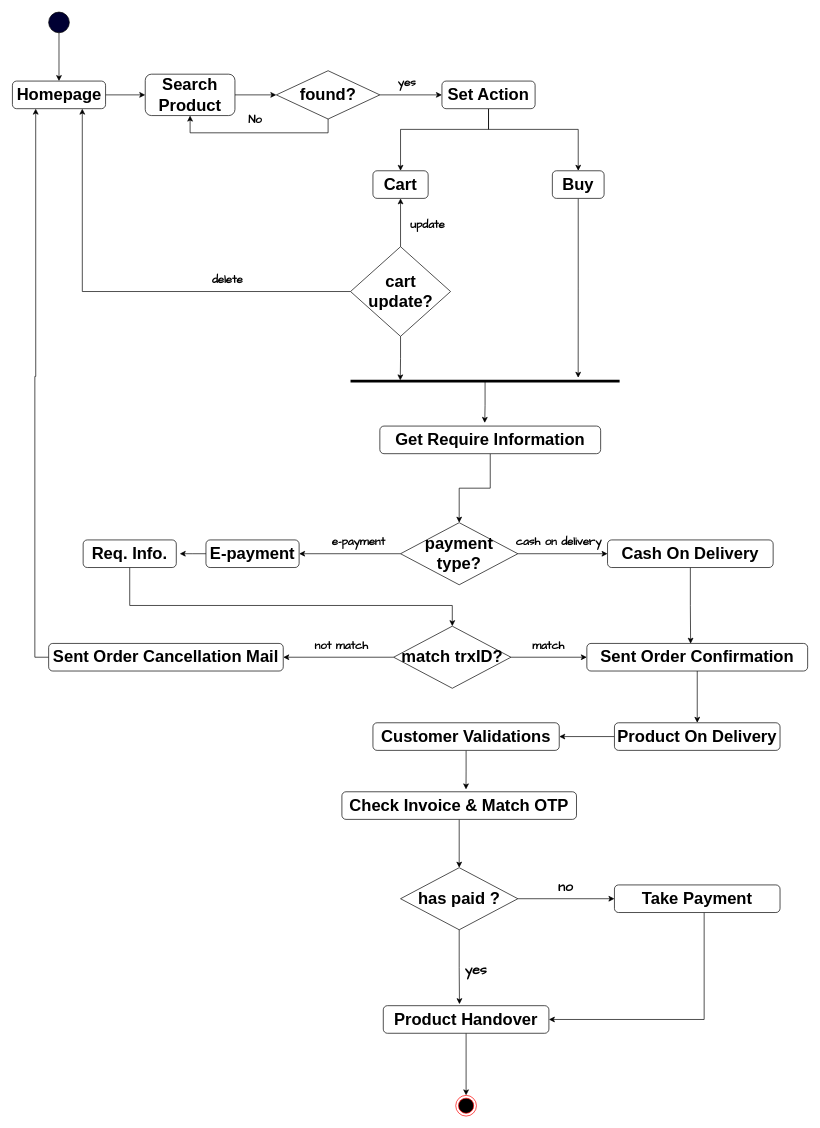
Earlier version of the draw.io diagram activity diagram customer order process.drawio (prashanta1542/default). Source tidied: cells renumbered, new cells numbered last; positions are measured from the earlier drawing's top-left corner, leaving out a move shared by most shapes. Both pictures are drawn from the tidied source at 69%, with x=0, y=0 at pixel (12, 12).
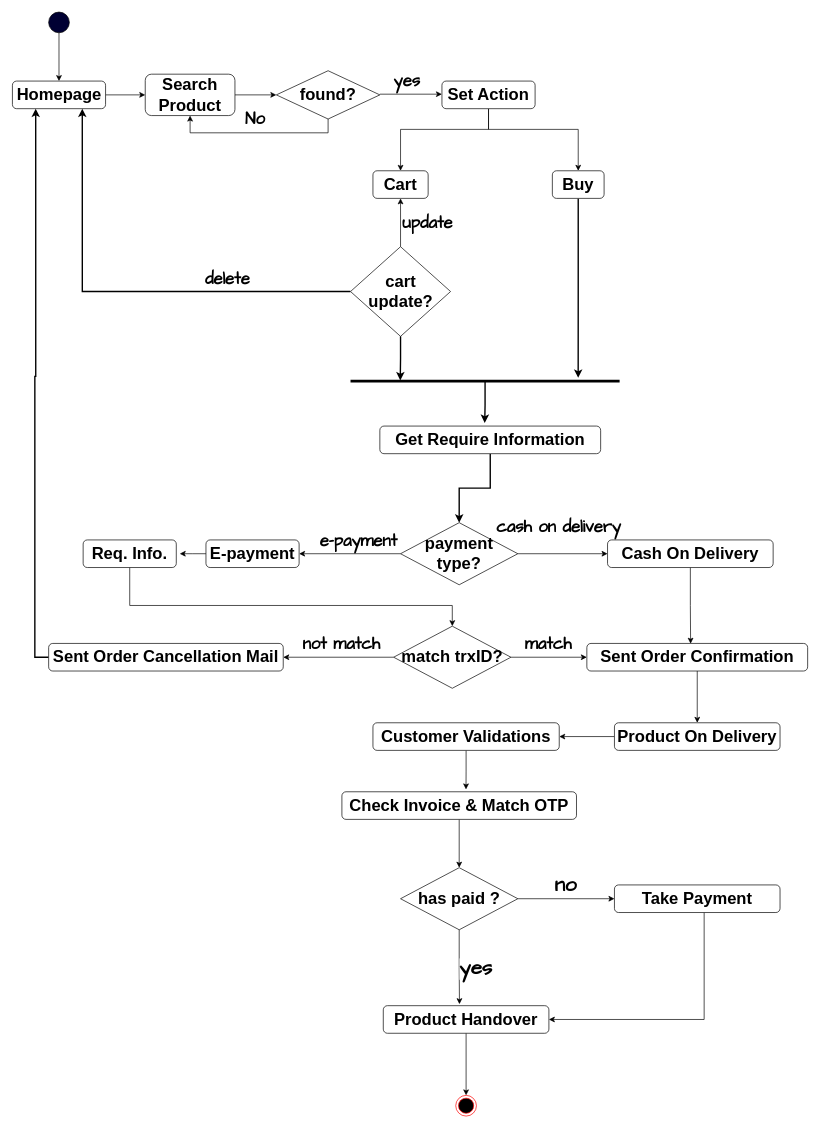
The same page after the edit.

The change refers to these unchanged cells:
```xml
<mxCell id="5" value="&lt;h1&gt;Homepage&lt;/h1&gt;" style="rounded=1;whiteSpace=wrap;html=1;" parent="1" vertex="1">
  <mxGeometry x="-0.5" y="100" width="135" height="40" as="geometry" />
</mxCell>
<mxCell id="11" value="&lt;h1&gt;found?&lt;/h1&gt;" style="rhombus;whiteSpace=wrap;html=1;" parent="1" vertex="1">
  <mxGeometry x="382" y="85" width="150" height="70" as="geometry" />
</mxCell>
<mxCell id="14" value="&lt;h1&gt;Set Action&lt;/h1&gt;" style="rounded=1;whiteSpace=wrap;html=1;" parent="1" vertex="1">
  <mxGeometry x="622" y="100" width="135" height="40" as="geometry" />
</mxCell>
<mxCell id="16" value="&lt;h1&gt;Buy&lt;/h1&gt;" style="rounded=1;whiteSpace=wrap;html=1;" parent="1" vertex="1">
  <mxGeometry x="782" y="230" width="75" height="40" as="geometry" />
</mxCell>
<mxCell id="21" value="&lt;h1&gt;cart update?&lt;/h1&gt;" style="rhombus;whiteSpace=wrap;html=1;" parent="1" vertex="1">
  <mxGeometry x="489.5" y="340" width="145" height="130" as="geometry" />
</mxCell>
<mxCell id="23" style="line;strokeWidth=4;html=1;perimeter=backbonePerimeter;points=[];outlineConnect=0;" parent="1" vertex="1">
  <mxGeometry x="489.5" y="530" width="390" height="10" as="geometry" />
</mxCell>
<mxCell id="25" value="&lt;h1&gt;Get Require Information&lt;/h1&gt;" style="rounded=1;whiteSpace=wrap;html=1;" parent="1" vertex="1">
  <mxGeometry x="532" y="600" width="320" height="40" as="geometry" />
</mxCell>
<mxCell id="28" value="&lt;h1&gt;payment type?&lt;/h1&gt;" style="rhombus;whiteSpace=wrap;html=1;" parent="1" vertex="1">
  <mxGeometry x="562" y="740" width="170" height="90" as="geometry" />
</mxCell>
<mxCell id="41" value="&lt;h1&gt;Sent Order Cancellation Mail&lt;/h1&gt;" style="rounded=1;whiteSpace=wrap;html=1;" parent="1" vertex="1">
  <mxGeometry x="52" y="915" width="340" height="40" as="geometry" />
</mxCell>
```

Diff of the diagram source:
```diff
@@
-    <mxCell id="8" style="edgeStyle=orthogonalEdgeStyle;rounded=0;jettySize=auto;html=1;entryX=0;entryY=0.5;entryDx=0;entryDy=0;" parent="1" edge="1" source="11" target="14">
-      <mxGeometry relative="1" as="geometry" />
+    <mxCell id="8" style="edgeStyle=orthogonalEdgeStyle;rounded=0;orthogonalLoop=1;jettySize=auto;html=1;entryX=0;entryY=0.5;entryDx=0;entryDy=0;" parent="1" edge="1">
+      <mxGeometry relative="1" as="geometry">
+        <mxPoint x="532" y="119" as="sourcePoint" />
+        <mxPoint x="622" y="119" as="targetPoint" />
+      </mxGeometry>
     </mxCell>
-    <mxCell id="9" value="&lt;h2 style=&quot;line-height: 0%;&quot;&gt;&lt;font face=&quot;Comic Sans MS&quot;&gt;yes&lt;/font&gt;&lt;/h2&gt;" style="edgeLabel;html=1;align=center;verticalAlign=middle;" parent="8" vertex="1">
+    <mxCell id="9" value="&lt;h2 style=&quot;line-height: 0%;&quot;&gt;&lt;font style=&quot;font-size: 24px;&quot; face=&quot;Comic Sans MS&quot;&gt;yes&lt;/font&gt;&lt;/h2&gt;" style="edgeLabel;html=1;align=center;verticalAlign=middle;" parent="8" vertex="1">
       <mxGeometry x="-0.16" y="-2" relative="1" as="geometry">
         <mxPoint y="-22" as="offset" />
       </mxGeometry>
     </mxCell>
@@
-    <mxCell id="15" style="edgeStyle=orthogonalEdgeStyle;rounded=0;jettySize=auto;html=1;entryX=0.846;entryY=0;entryDx=0;entryDy=0;entryPerimeter=0;" parent="1" edge="1" source="16" target="23">
+    <mxCell id="15" style="edgeStyle=orthogonalEdgeStyle;rounded=0;jettySize=auto;html=1;entryX=0.846;entryY=0;entryDx=0;entryDy=0;entryPerimeter=0;strokeWidth=2;" parent="1" edge="1" source="16" target="23">
       <mxGeometry relative="1" as="geometry" />
     </mxCell>
@@
-    <mxCell id="19" style="edgeStyle=orthogonalEdgeStyle;rounded=0;jettySize=auto;html=1;exitX=0;exitY=0.5;exitDx=0;exitDy=0;entryX=0.75;entryY=1;entryDx=0;entryDy=0;" parent="1" edge="1" source="21" target="5">
+    <mxCell id="19" style="edgeStyle=orthogonalEdgeStyle;rounded=0;jettySize=auto;html=1;exitX=0;exitY=0.5;exitDx=0;exitDy=0;entryX=0.75;entryY=1;entryDx=0;entryDy=0;strokeWidth=2;" parent="1" edge="1" source="21" target="5">
       <mxGeometry relative="1" as="geometry" />
     </mxCell>
-    <mxCell id="20" style="edgeStyle=orthogonalEdgeStyle;rounded=0;jettySize=auto;html=1;" parent="1" edge="1" source="21">
+    <mxCell id="20" style="edgeStyle=orthogonalEdgeStyle;rounded=0;jettySize=auto;html=1;strokeWidth=2;" parent="1" edge="1" source="21">
       <mxGeometry relative="1" as="geometry">
         <mxPoint x="561.6" y="533.8" as="targetPoint" />
       </mxGeometry>
     </mxCell>
@@
-    <mxCell id="22" style="edgeStyle=orthogonalEdgeStyle;rounded=0;jettySize=auto;html=1;entryX=0.475;entryY=-0.115;entryDx=0;entryDy=0;entryPerimeter=0;" parent="1" edge="1" source="23" target="25">
+    <mxCell id="22" style="edgeStyle=orthogonalEdgeStyle;rounded=0;jettySize=auto;html=1;entryX=0.475;entryY=-0.115;entryDx=0;entryDy=0;entryPerimeter=0;strokeWidth=2;" parent="1" edge="1" source="23" target="25">
       <mxGeometry relative="1" as="geometry" />
     </mxCell>
@@
-    <mxCell id="24" style="edgeStyle=orthogonalEdgeStyle;rounded=0;jettySize=auto;html=1;entryX=0.5;entryY=0;entryDx=0;entryDy=0;" parent="1" edge="1" source="25" target="28">
+    <mxCell id="24" style="edgeStyle=orthogonalEdgeStyle;rounded=0;jettySize=auto;html=1;entryX=0.5;entryY=0;entryDx=0;entryDy=0;strokeWidth=2;" parent="1" edge="1" source="25" target="28">
       <mxGeometry relative="1" as="geometry" />
     </mxCell>
@@
-    <mxCell id="40" style="edgeStyle=orthogonalEdgeStyle;rounded=0;jettySize=auto;html=1;entryX=0.25;entryY=1;entryDx=0;entryDy=0;" parent="1" edge="1" source="41" target="5">
+    <mxCell id="40" style="edgeStyle=orthogonalEdgeStyle;rounded=0;jettySize=auto;html=1;entryX=0.25;entryY=1;entryDx=0;entryDy=0;strokeWidth=2;" parent="1" edge="1" source="41" target="5">
       <mxGeometry relative="1" as="geometry">
         <Array as="points">
           <mxPoint x="32" y="935" />
           <mxPoint x="32" y="528" />
           <mxPoint x="33" y="528" />
         </Array>
       </mxGeometry>
     </mxCell>
@@
-    <mxCell id="56" value="&lt;h2 style=&quot;line-height: 0%;&quot;&gt;&lt;font face=&quot;Comic Sans MS&quot;&gt;No&lt;/font&gt;&lt;/h2&gt;" style="edgeLabel;html=1;align=center;verticalAlign=middle;" parent="1" vertex="1">
+    <mxCell id="56" value="&lt;h2 style=&quot;line-height: 0%;&quot;&gt;&lt;font style=&quot;font-size: 24px;&quot; face=&quot;Comic Sans MS&quot;&gt;No&lt;/font&gt;&lt;/h2&gt;" style="edgeLabel;html=1;align=center;verticalAlign=middle;" parent="1" vertex="1">
       <mxGeometry x="582" y="160" as="geometry">
         <mxPoint x="-232" y="-6" as="offset" />
       </mxGeometry>
     </mxCell>
-    <mxCell id="57" value="&lt;h2 style=&quot;line-height: 0%;&quot;&gt;&lt;font face=&quot;Comic Sans MS&quot;&gt;update&lt;/font&gt;&lt;/h2&gt;" style="edgeLabel;html=1;align=center;verticalAlign=middle;" parent="1" vertex="1">
+    <mxCell id="57" value="&lt;h2 style=&quot;line-height: 0%;&quot;&gt;&lt;font style=&quot;font-size: 24px;&quot; face=&quot;Comic Sans MS&quot;&gt;update&lt;/font&gt;&lt;/h2&gt;" style="edgeLabel;html=1;align=center;verticalAlign=middle;" parent="1" vertex="1">
       <mxGeometry x="602" y="120" as="geometry">
         <mxPoint x="-2" y="186" as="offset" />
       </mxGeometry>
     </mxCell>
-    <mxCell id="58" value="&lt;h2 style=&quot;line-height: 0%;&quot;&gt;&lt;font face=&quot;Comic Sans MS&quot;&gt;delete&lt;/font&gt;&lt;/h2&gt;" style="edgeLabel;html=1;align=center;verticalAlign=middle;" parent="1" vertex="1">
+    <mxCell id="58" value="&lt;h2 style=&quot;line-height: 0%;&quot;&gt;&lt;font style=&quot;font-size: 24px;&quot; face=&quot;Comic Sans MS&quot;&gt;delete&lt;/font&gt;&lt;/h2&gt;" style="edgeLabel;html=1;align=center;verticalAlign=middle;" parent="1" vertex="1">
       <mxGeometry x="312" y="200" as="geometry">
         <mxPoint x="-2" y="186" as="offset" />
       </mxGeometry>
     </mxCell>
-    <mxCell id="59" value="&lt;h2 style=&quot;line-height: 0%;&quot;&gt;&lt;font face=&quot;Comic Sans MS&quot;&gt;cash on delivery&lt;/font&gt;&lt;/h2&gt;" style="edgeLabel;html=1;align=center;verticalAlign=middle;" parent="1" vertex="1">
-      <mxGeometry x="792" y="580" as="geometry">
+    <mxCell id="59" value="&lt;h2 style=&quot;line-height: 0%;&quot;&gt;&lt;font style=&quot;font-size: 24px;&quot; face=&quot;Comic Sans MS&quot;&gt;cash on delivery&lt;/font&gt;&lt;/h2&gt;" style="edgeLabel;html=1;align=center;verticalAlign=middle;" parent="1" vertex="1">
+      <mxGeometry x="792" y="560" as="geometry">
         <mxPoint x="-2" y="186" as="offset" />
       </mxGeometry>
     </mxCell>
-    <mxCell id="60" value="&lt;h2 style=&quot;line-height: 0%;&quot;&gt;&lt;font face=&quot;Comic Sans MS&quot;&gt;e-payment&lt;/font&gt;&lt;/h2&gt;" style="edgeLabel;html=1;align=center;verticalAlign=middle;" parent="1" vertex="1">
+    <mxCell id="60" value="&lt;h2 style=&quot;line-height: 0%;&quot;&gt;&lt;font style=&quot;font-size: 24px;&quot; face=&quot;Comic Sans MS&quot;&gt;e-payment&lt;/font&gt;&lt;/h2&gt;" style="edgeLabel;html=1;align=center;verticalAlign=middle;" parent="1" vertex="1">
       <mxGeometry x="502" y="580" as="geometry">
         <mxPoint x="-2" y="186" as="offset" />
       </mxGeometry>
     </mxCell>
-    <mxCell id="61" value="&lt;h2 style=&quot;line-height: 0%;&quot;&gt;&lt;font face=&quot;Comic Sans MS&quot;&gt;match&lt;/font&gt;&lt;/h2&gt;" style="edgeLabel;html=1;align=center;verticalAlign=middle;" parent="1" vertex="1">
+    <mxCell id="61" value="&lt;h2 style=&quot;line-height: 0%;&quot;&gt;&lt;font style=&quot;font-size: 24px;&quot; face=&quot;Comic Sans MS&quot;&gt;match&lt;/font&gt;&lt;/h2&gt;" style="edgeLabel;html=1;align=center;verticalAlign=middle;" parent="1" vertex="1">
       <mxGeometry x="777" y="730" as="geometry">
         <mxPoint x="-2" y="186" as="offset" />
       </mxGeometry>
     </mxCell>
-    <mxCell id="62" value="&lt;h2 style=&quot;line-height: 0%;&quot;&gt;&lt;font face=&quot;Comic Sans MS&quot;&gt;not match&lt;/font&gt;&lt;/h2&gt;" style="edgeLabel;html=1;align=center;verticalAlign=middle;" parent="1" vertex="1">
+    <mxCell id="62" value="&lt;h2 style=&quot;line-height: 0%;&quot;&gt;&lt;font style=&quot;font-size: 24px;&quot; face=&quot;Comic Sans MS&quot;&gt;not match&lt;/font&gt;&lt;/h2&gt;" style="edgeLabel;html=1;align=center;verticalAlign=middle;" parent="1" vertex="1">
       <mxGeometry x="477" y="730" as="geometry">
         <mxPoint x="-2" y="186" as="offset" />
       </mxGeometry>
     </mxCell>
-    <mxCell id="63" value="&lt;h2 style=&quot;line-height: 0%;&quot;&gt;&lt;font style=&quot;font-size: 20px;&quot; face=&quot;Comic Sans MS&quot;&gt;no&lt;/font&gt;&lt;/h2&gt;" style="edgeLabel;html=1;align=center;verticalAlign=middle;" parent="1" vertex="1">
+    <mxCell id="63" value="&lt;h2 style=&quot;line-height: 0%;&quot;&gt;&lt;font style=&quot;font-size: 30px;&quot; face=&quot;Comic Sans MS&quot;&gt;no&lt;/font&gt;&lt;/h2&gt;" style="edgeLabel;html=1;align=center;verticalAlign=middle;" parent="1" vertex="1">
       <mxGeometry x="802" y="1080" as="geometry">
         <mxPoint x="-2" y="186" as="offset" />
       </mxGeometry>
     </mxCell>
-    <mxCell id="64" value="&lt;h2 style=&quot;line-height: 0%;&quot;&gt;&lt;font style=&quot;font-size: 20px;&quot; face=&quot;Comic Sans MS&quot;&gt;yes&lt;/font&gt;&lt;/h2&gt;" style="edgeLabel;html=1;align=center;verticalAlign=middle;" parent="1" vertex="1">
+    <mxCell id="64" value="&lt;h2 style=&quot;line-height: 0%;&quot;&gt;&lt;font style=&quot;font-size: 30px;&quot; face=&quot;Comic Sans MS&quot;&gt;yes&lt;/font&gt;&lt;/h2&gt;" style="edgeLabel;html=1;align=center;verticalAlign=middle;" parent="1" vertex="1">
       <mxGeometry x="672" y="1200" as="geometry">
         <mxPoint x="-2" y="186" as="offset" />
       </mxGeometry>
     </mxCell>
```
